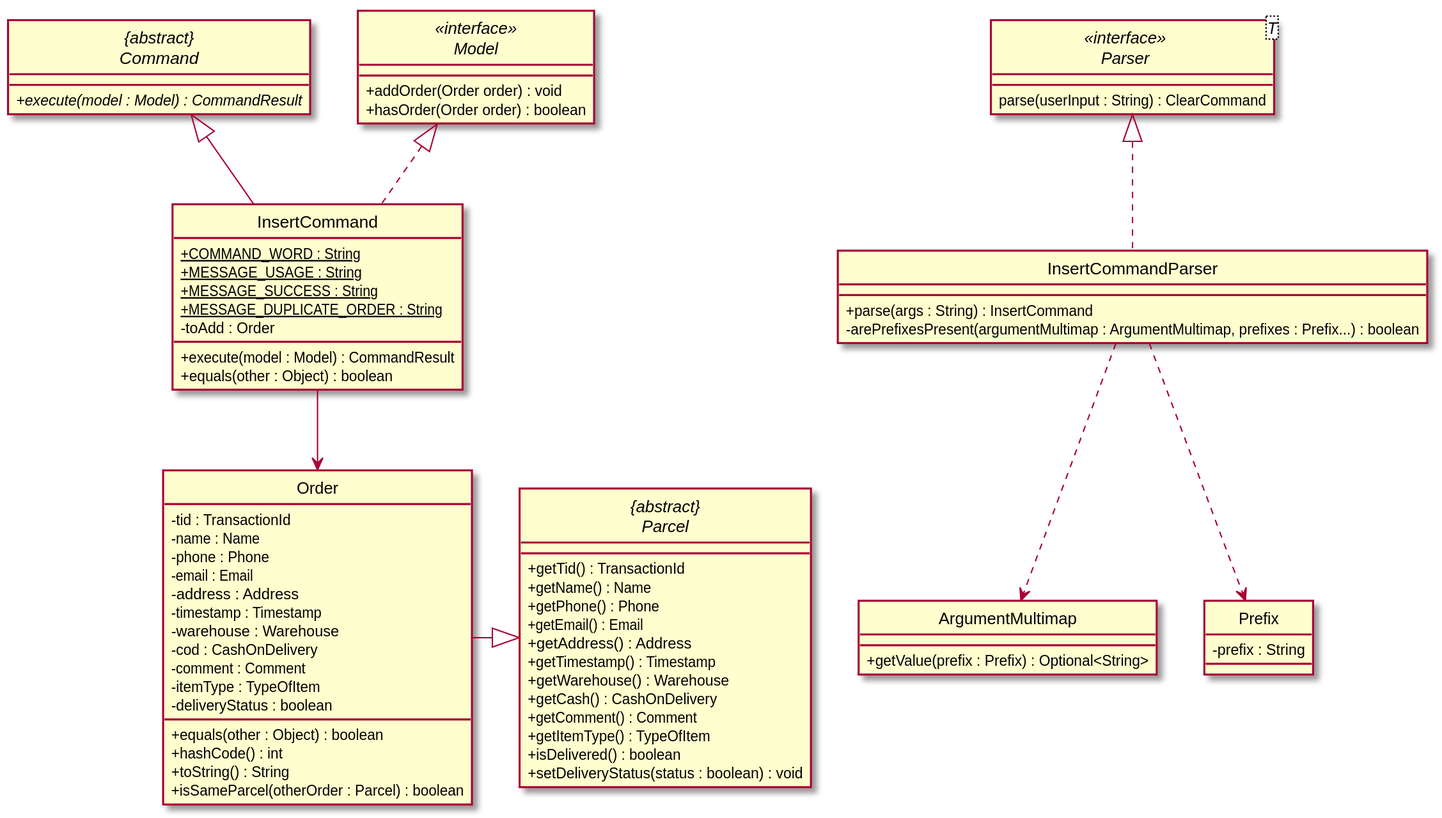
This is images/InsertClassDiagram.svg from AY1920S2-CS2103T-W12-1/main, a PlantUML export, as it was before one commit. Its diagram source:
```plantuml
@startuml
skinparam backgroundColor #ffffff
skinparam classAttributeIconSize 0
hide circle

class InsertCommandParser implements Parser {
    + parse(args : String) : InsertCommand
    - arePrefixesPresent(argumentMultimap : ArgumentMultimap, prefixes : Prefix...) : boolean

}

interface Parser<T> <<interface>> {
    parse(userInput : String) : ClearCommand
}

abstract class "{abstract}\nCommand" {
    + {abstract} execute(model : Model) : CommandResult
}

interface Model <<interface>> {
    + addOrder(Order order) : void
    + hasOrder(Order order) : boolean
}

class ArgumentMultimap {
    + getValue(prefix : Prefix) : Optional<String>
}

class Prefix {
    - prefix : String
}

abstract class "{abstract}\nParcel" {
    + getTid() : TransactionId
    + getName() : Name
    + getPhone() : Phone
    + getEmail() : Email
    + getAddress() : Address
    + getTimestamp() : Timestamp
    + getWarehouse() : Warehouse
    + getCash() : CashOnDelivery
    + getComment() : Comment
    + getItemType() : TypeOfItem
    + isDelivered() : boolean
    + setDeliveryStatus(status : boolean) : void
}
class Order {
    - tid : TransactionId
    - name : Name
    - phone : Phone
    - email : Email
    - address : Address
    - timestamp : Timestamp
    - warehouse : Warehouse
    - cod : CashOnDelivery
    - comment : Comment
    - itemType : TypeOfItem
    - deliveryStatus : boolean

    + equals(other : Object) : boolean
    + hashCode() : int
    + toString() : String
    + isSameParcel(otherOrder : Parcel) : boolean
}

class InsertCommand implements Model {
    + {static} COMMAND_WORD : String
    + {static} MESSAGE_USAGE : String
    + {static} MESSAGE_SUCCESS : String
    + {static} MESSAGE_DUPLICATE_ORDER : String
    - toAdd : Order

    + execute(model : Model) : CommandResult
    + equals(other : Object) : boolean
}

InsertCommand --up|> "{abstract}\nCommand"
InsertCommandParser ..> ArgumentMultimap
InsertCommandParser ..> Prefix
InsertCommand --> Order
Order --right|> "{abstract}\nParcel"
@enduml
```
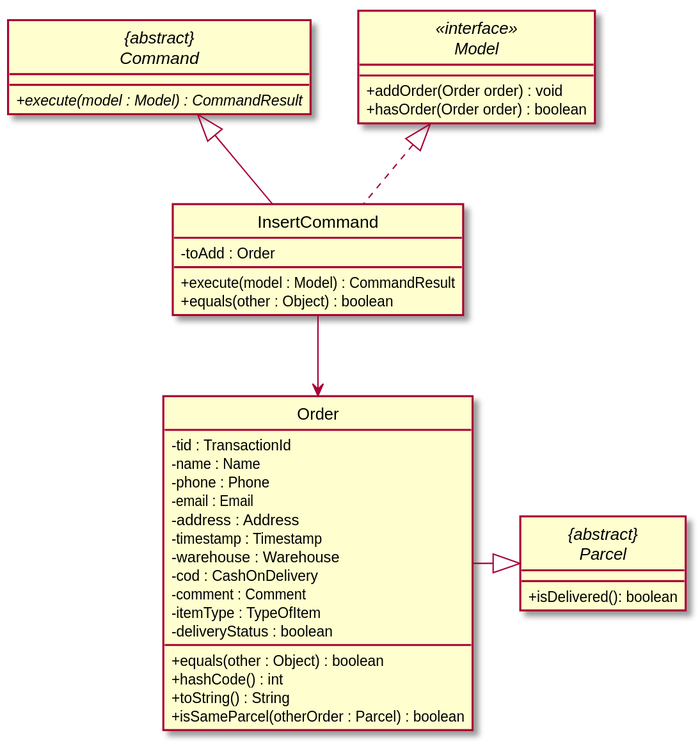
The same file after the commit.

Change to the diagram source:
```diff
@@ -2,16 +2,6 @@
 skinparam backgroundColor #ffffff
 skinparam classAttributeIconSize 0
 hide circle
-
-class InsertCommandParser implements Parser {
-    + parse(args : String) : InsertCommand
-    - arePrefixesPresent(argumentMultimap : ArgumentMultimap, prefixes : Prefix...) : boolean
-
-}
-
-interface Parser<T> <<interface>> {
-    parse(userInput : String) : ClearCommand
-}
 
 abstract class "{abstract}\nCommand" {
     + {abstract} execute(model : Model) : CommandResult
@@ -22,28 +12,10 @@
     + hasOrder(Order order) : boolean
 }
 
-class ArgumentMultimap {
-    + getValue(prefix : Prefix) : Optional<String>
+abstract class "{abstract}\nParcel" {
+    + isDelivered(): boolean
 }
 
-class Prefix {
-    - prefix : String
-}
-
-abstract class "{abstract}\nParcel" {
-    + getTid() : TransactionId
-    + getName() : Name
-    + getPhone() : Phone
-    + getEmail() : Email
-    + getAddress() : Address
-    + getTimestamp() : Timestamp
-    + getWarehouse() : Warehouse
-    + getCash() : CashOnDelivery
-    + getComment() : Comment
-    + getItemType() : TypeOfItem
-    + isDelivered() : boolean
-    + setDeliveryStatus(status : boolean) : void
-}
 class Order {
     - tid : TransactionId
     - name : Name
@@ -64,10 +36,6 @@
 }
 
 class InsertCommand implements Model {
-    + {static} COMMAND_WORD : String
-    + {static} MESSAGE_USAGE : String
-    + {static} MESSAGE_SUCCESS : String
-    + {static} MESSAGE_DUPLICATE_ORDER : String
     - toAdd : Order
 
     + execute(model : Model) : CommandResult
@@ -75,8 +43,6 @@
 }
 
 InsertCommand --up|> "{abstract}\nCommand"
-InsertCommandParser ..> ArgumentMultimap
-InsertCommandParser ..> Prefix
 InsertCommand --> Order
 Order --right|> "{abstract}\nParcel"
 @enduml
```
